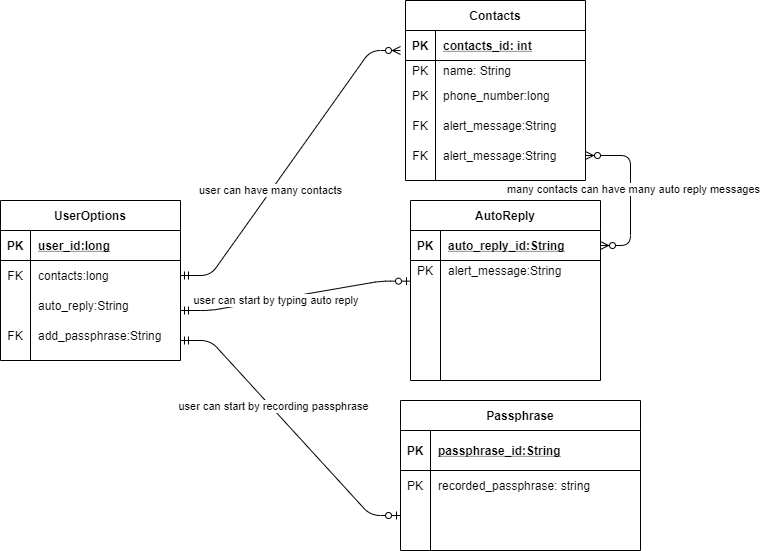
Before: docs/PNGs/kidnappederd.png, a diagram exported from draw.io (shifdub/kidnapped). Source tidied: cells renumbered, new cells last; positions are measured from the earlier drawing's top-left corner, leaving out a move shared by most shapes. Its diagram source:
```xml
<mxGraphModel>
  <root>
    <mxCell id="0" />
    <mxCell id="1" parent="0" />
    <mxCell id="2" style="edgeStyle=entityRelationEdgeStyle;fontSize=12;html=1;endArrow=ERzeroToMany;startArrow=ERmandOne;exitX=1;exitY=0.5;exitDx=0;exitDy=0;" parent="1" edge="1" source="8">
      <mxGeometry relative="1" as="geometry">
        <mxPoint x="400" y="50" as="targetPoint" />
      </mxGeometry>
    </mxCell>
    <mxCell id="3" value="user can have many contacts" style="edgeLabel;html=1;align=center;verticalAlign=middle;" parent="2" vertex="1">
      <mxGeometry x="-0.2" y="1" relative="1" as="geometry" />
    </mxCell>
    <mxCell id="4" value="UserOptions" style="shape=table;startSize=30;rowLines=0;fontStyle=1;align=center;" parent="1" vertex="1">
      <mxGeometry y="200" width="180" height="160" as="geometry" />
    </mxCell>
    <mxCell id="5" style="shape=partialRectangle;fillColor=none;top=0;left=0;bottom=1;right=0;" parent="4" vertex="1">
      <mxGeometry y="30" width="180" height="30" as="geometry" />
    </mxCell>
    <mxCell id="6" value="PK" style="shape=partialRectangle;fillColor=none;top=0;left=0;bottom=0;right=0;fontStyle=1;overflow=hidden;" parent="5" vertex="1">
      <mxGeometry width="30" height="30" as="geometry" />
    </mxCell>
    <mxCell id="7" value="user_id:long" style="shape=partialRectangle;fillColor=none;top=0;left=0;bottom=0;right=0;align=left;spacingLeft=6;fontStyle=5;overflow=hidden;" parent="5" vertex="1">
      <mxGeometry x="30" width="150" height="30" as="geometry" />
    </mxCell>
    <mxCell id="8" style="shape=partialRectangle;fillColor=none;top=0;left=0;bottom=0;right=0;points=[[0,0.5],[1,0.5]];portConstraint=eastwest;" parent="4" vertex="1">
      <mxGeometry y="60" width="180" height="30" as="geometry" />
    </mxCell>
    <mxCell id="9" value="FK" style="shape=partialRectangle;fillColor=none;top=0;left=0;bottom=0;right=0;overflow=hidden;" parent="8" vertex="1">
      <mxGeometry width="30" height="30" as="geometry" />
    </mxCell>
    <mxCell id="10" value="contacts:long" style="shape=partialRectangle;fillColor=none;top=0;left=0;bottom=0;right=0;align=left;spacingLeft=6;overflow=hidden;" parent="8" vertex="1">
      <mxGeometry x="30" width="150" height="30" as="geometry" />
    </mxCell>
    <mxCell id="11" style="shape=partialRectangle;fillColor=none;top=0;left=0;bottom=0;right=0;" parent="4" vertex="1">
      <mxGeometry y="90" width="180" height="30" as="geometry" />
    </mxCell>
    <mxCell id="12" style="shape=partialRectangle;fillColor=none;top=0;left=0;bottom=0;right=0;overflow=hidden;" parent="11" vertex="1">
      <mxGeometry width="30" height="30" as="geometry" />
    </mxCell>
    <mxCell id="13" value="auto_reply:String" style="shape=partialRectangle;fillColor=none;top=0;left=0;bottom=0;right=0;align=left;spacingLeft=6;overflow=hidden;" parent="11" vertex="1">
      <mxGeometry x="30" width="150" height="30" as="geometry" />
    </mxCell>
    <mxCell id="14" style="shape=partialRectangle;fillColor=none;top=0;left=0;bottom=0;right=0;" parent="4" vertex="1">
      <mxGeometry y="120" width="180" height="30" as="geometry" />
    </mxCell>
    <mxCell id="15" value="FK" style="shape=partialRectangle;fillColor=none;top=0;left=0;bottom=0;right=0;overflow=hidden;" parent="14" vertex="1">
      <mxGeometry width="30" height="30" as="geometry" />
    </mxCell>
    <mxCell id="16" value="add_passphrase:String" style="shape=partialRectangle;fillColor=none;top=0;left=0;bottom=0;right=0;align=left;spacingLeft=6;overflow=hidden;" parent="14" vertex="1">
      <mxGeometry x="30" width="150" height="30" as="geometry" />
    </mxCell>
    <mxCell id="17" style="edgeStyle=entityRelationEdgeStyle;fontSize=12;html=1;endArrow=ERzeroToOne;startArrow=ERmandOne;entryX=0;entryY=0.5;entryDx=0;entryDy=0;" parent="1" edge="1" target="26">
      <mxGeometry relative="1" as="geometry">
        <mxPoint x="180" y="340" as="sourcePoint" />
      </mxGeometry>
    </mxCell>
    <mxCell id="18" value="user can start by recording passphrase" style="edgeLabel;html=1;align=center;verticalAlign=middle;" parent="17" vertex="1">
      <mxGeometry x="-0.19" y="2" relative="1" as="geometry" />
    </mxCell>
    <mxCell id="19" value="Passphrase" style="shape=table;startSize=30;rowLines=0;fontStyle=1;align=center;" parent="1" vertex="1">
      <mxGeometry x="400" y="400" width="240" height="150" as="geometry" />
    </mxCell>
    <mxCell id="20" style="shape=partialRectangle;fillColor=none;top=0;left=0;bottom=1;right=0;" parent="19" vertex="1">
      <mxGeometry y="30" width="240" height="40" as="geometry" />
    </mxCell>
    <mxCell id="21" value="PK" style="shape=partialRectangle;fillColor=none;top=0;left=0;bottom=0;right=0;fontStyle=1;overflow=hidden;" parent="20" vertex="1">
      <mxGeometry width="30" height="40" as="geometry" />
    </mxCell>
    <mxCell id="22" value="passphrase_id:String" style="shape=partialRectangle;fillColor=none;top=0;left=0;bottom=0;right=0;align=left;spacingLeft=6;fontStyle=5;overflow=hidden;" parent="20" vertex="1">
      <mxGeometry x="30" width="210" height="40" as="geometry" />
    </mxCell>
    <mxCell id="23" style="shape=partialRectangle;fillColor=none;top=0;left=0;bottom=0;right=0;" parent="19" vertex="1">
      <mxGeometry y="70" width="240" height="30" as="geometry" />
    </mxCell>
    <mxCell id="24" value="PK" style="shape=partialRectangle;fillColor=none;top=0;left=0;bottom=0;right=0;overflow=hidden;" parent="23" vertex="1">
      <mxGeometry width="30" height="30" as="geometry" />
    </mxCell>
    <mxCell id="25" value="recorded_passphrase: string" style="shape=partialRectangle;fillColor=none;top=0;left=0;bottom=0;right=0;align=left;spacingLeft=6;overflow=hidden;" parent="23" vertex="1">
      <mxGeometry x="30" width="210" height="30" as="geometry" />
    </mxCell>
    <mxCell id="26" style="shape=partialRectangle;fillColor=none;top=0;left=0;bottom=0;right=0;points=[[0,0.5],[1,0.5]];portConstraint=eastwest;" parent="19" vertex="1">
      <mxGeometry y="100" width="240" height="30" as="geometry" />
    </mxCell>
    <mxCell id="27" style="shape=partialRectangle;fillColor=none;top=0;left=0;bottom=0;right=0;overflow=hidden;" parent="26" vertex="1">
      <mxGeometry width="30" height="30" as="geometry" />
    </mxCell>
    <mxCell id="28" style="shape=partialRectangle;fillColor=none;top=0;left=0;bottom=0;right=0;align=left;spacingLeft=6;overflow=hidden;" parent="26" vertex="1">
      <mxGeometry x="30" width="210" height="30" as="geometry" />
    </mxCell>
    <mxCell id="29" style="shape=partialRectangle;fillColor=none;top=0;left=0;bottom=0;right=0;" parent="19" vertex="1">
      <mxGeometry y="130" width="240" height="20" as="geometry" />
    </mxCell>
    <mxCell id="30" style="shape=partialRectangle;fillColor=none;top=0;left=0;bottom=0;right=0;overflow=hidden;" parent="29" vertex="1">
      <mxGeometry width="30" height="20" as="geometry" />
    </mxCell>
    <mxCell id="31" style="shape=partialRectangle;fillColor=none;top=0;left=0;bottom=0;right=0;align=left;spacingLeft=6;overflow=hidden;" parent="29" vertex="1">
      <mxGeometry x="30" width="210" height="20" as="geometry" />
    </mxCell>
    <mxCell id="32" style="edgeStyle=entityRelationEdgeStyle;fontSize=12;html=1;endArrow=ERzeroToOne;startArrow=ERmandOne;entryX=0;entryY=0.008;entryDx=0;entryDy=0;entryPerimeter=0;" parent="1" edge="1" target="41">
      <mxGeometry relative="1" as="geometry">
        <mxPoint x="180" y="310" as="sourcePoint" />
      </mxGeometry>
    </mxCell>
    <mxCell id="33" value="user can start by typing auto reply&amp;nbsp;" style="edgeLabel;html=1;align=center;verticalAlign=middle;" parent="32" vertex="1">
      <mxGeometry x="-0.16" y="-1" relative="1" as="geometry" />
    </mxCell>
    <mxCell id="34" value="AutoReply" style="shape=table;startSize=30;rowLines=0;fontStyle=1;align=center;" parent="1" vertex="1">
      <mxGeometry x="410" y="200" width="190" height="180" as="geometry" />
    </mxCell>
    <mxCell id="35" style="shape=partialRectangle;fillColor=none;top=0;left=0;bottom=1;right=0;points=[[0,0.5],[1,0.5]];portConstraint=eastwest;" parent="34" vertex="1">
      <mxGeometry y="30" width="190" height="30" as="geometry" />
    </mxCell>
    <mxCell id="36" value="PK" style="shape=partialRectangle;fillColor=none;top=0;left=0;bottom=0;right=0;fontStyle=1;overflow=hidden;" parent="35" vertex="1">
      <mxGeometry width="30" height="30" as="geometry" />
    </mxCell>
    <mxCell id="37" value="auto_reply_id:String" style="shape=partialRectangle;fillColor=none;top=0;left=0;bottom=0;right=0;align=left;spacingLeft=6;fontStyle=5;overflow=hidden;" parent="35" vertex="1">
      <mxGeometry x="30" width="160" height="30" as="geometry" />
    </mxCell>
    <mxCell id="38" style="shape=partialRectangle;fillColor=none;top=0;left=0;bottom=0;right=0;" parent="34" vertex="1">
      <mxGeometry y="60" width="190" height="20" as="geometry" />
    </mxCell>
    <mxCell id="39" value="PK" style="shape=partialRectangle;fillColor=none;top=0;left=0;bottom=0;right=0;overflow=hidden;" parent="38" vertex="1">
      <mxGeometry width="30" height="20" as="geometry" />
    </mxCell>
    <mxCell id="40" value="alert_message:String" style="shape=partialRectangle;fillColor=none;top=0;left=0;bottom=0;right=0;align=left;spacingLeft=6;overflow=hidden;" parent="38" vertex="1">
      <mxGeometry x="30" width="160" height="20" as="geometry" />
    </mxCell>
    <mxCell id="41" style="shape=partialRectangle;fillColor=none;top=0;left=0;bottom=0;right=0;points=[[0,0.5],[1,0.5]];portConstraint=eastwest;" parent="34" vertex="1">
      <mxGeometry y="80" width="190" height="80" as="geometry" />
    </mxCell>
    <mxCell id="42" style="shape=partialRectangle;fillColor=none;top=0;left=0;bottom=0;right=0;overflow=hidden;" parent="41" vertex="1">
      <mxGeometry width="30" height="80" as="geometry" />
    </mxCell>
    <mxCell id="43" style="shape=partialRectangle;fillColor=none;top=0;left=0;bottom=0;right=0;align=left;spacingLeft=6;overflow=hidden;" parent="41" vertex="1">
      <mxGeometry x="30" width="160" height="80" as="geometry" />
    </mxCell>
    <mxCell id="44" style="shape=partialRectangle;fillColor=none;top=0;left=0;bottom=0;right=0;" parent="34" vertex="1">
      <mxGeometry y="160" width="190" height="20" as="geometry" />
    </mxCell>
    <mxCell id="45" style="shape=partialRectangle;fillColor=none;top=0;left=0;bottom=0;right=0;overflow=hidden;" parent="44" vertex="1">
      <mxGeometry width="30" height="20" as="geometry" />
    </mxCell>
    <mxCell id="46" style="shape=partialRectangle;fillColor=none;top=0;left=0;bottom=0;right=0;align=left;spacingLeft=6;overflow=hidden;" parent="44" vertex="1">
      <mxGeometry x="30" width="160" height="20" as="geometry" />
    </mxCell>
    <mxCell id="47" value="Contacts" style="shape=table;startSize=30;rowLines=0;fontStyle=1;align=center;" parent="1" vertex="1">
      <mxGeometry x="405" width="180" height="180" as="geometry" />
    </mxCell>
    <mxCell id="48" style="shape=partialRectangle;fillColor=none;top=0;left=0;bottom=1;right=0;" parent="47" vertex="1">
      <mxGeometry y="30" width="180" height="30" as="geometry" />
    </mxCell>
    <mxCell id="49" value="PK" style="shape=partialRectangle;fillColor=none;top=0;left=0;bottom=0;right=0;fontStyle=1;overflow=hidden;" parent="48" vertex="1">
      <mxGeometry width="30" height="30" as="geometry" />
    </mxCell>
    <mxCell id="50" value="contacts_id: int" style="shape=partialRectangle;fillColor=none;top=0;left=0;bottom=0;right=0;align=left;spacingLeft=6;fontStyle=5;overflow=hidden;" parent="48" vertex="1">
      <mxGeometry x="30" width="150" height="30" as="geometry" />
    </mxCell>
    <mxCell id="51" style="shape=partialRectangle;fillColor=none;top=0;left=0;bottom=0;right=0;" parent="47" vertex="1">
      <mxGeometry y="60" width="180" height="20" as="geometry" />
    </mxCell>
    <mxCell id="52" value="PK" style="shape=partialRectangle;fillColor=none;top=0;left=0;bottom=0;right=0;overflow=hidden;" parent="51" vertex="1">
      <mxGeometry width="30" height="20" as="geometry" />
    </mxCell>
    <mxCell id="53" value="name: String" style="shape=partialRectangle;fillColor=none;top=0;left=0;bottom=0;right=0;align=left;spacingLeft=6;overflow=hidden;" parent="51" vertex="1">
      <mxGeometry x="30" width="150" height="20" as="geometry" />
    </mxCell>
    <mxCell id="54" style="shape=partialRectangle;fillColor=none;top=0;left=0;bottom=0;right=0;" parent="47" vertex="1">
      <mxGeometry y="80" width="180" height="30" as="geometry" />
    </mxCell>
    <mxCell id="55" value="PK" style="shape=partialRectangle;fillColor=none;top=0;left=0;bottom=0;right=0;overflow=hidden;" parent="54" vertex="1">
      <mxGeometry width="30" height="30" as="geometry" />
    </mxCell>
    <mxCell id="56" value="phone_number:long" style="shape=partialRectangle;fillColor=none;top=0;left=0;bottom=0;right=0;align=left;spacingLeft=6;overflow=hidden;" parent="54" vertex="1">
      <mxGeometry x="30" width="150" height="30" as="geometry" />
    </mxCell>
    <mxCell id="57" style="shape=partialRectangle;fillColor=none;top=0;left=0;bottom=0;right=0;" parent="47" vertex="1">
      <mxGeometry y="110" width="180" height="30" as="geometry" />
    </mxCell>
    <mxCell id="58" value="FK" style="shape=partialRectangle;fillColor=none;top=0;left=0;bottom=0;right=0;overflow=hidden;" parent="57" vertex="1">
      <mxGeometry width="30" height="30" as="geometry" />
    </mxCell>
    <mxCell id="59" value="alert_message:String" style="shape=partialRectangle;fillColor=none;top=0;left=0;bottom=0;right=0;align=left;spacingLeft=6;overflow=hidden;" parent="57" vertex="1">
      <mxGeometry x="30" width="150" height="30" as="geometry" />
    </mxCell>
    <mxCell id="60" style="shape=partialRectangle;fillColor=none;top=0;left=0;bottom=0;right=0;points=[[0,0.5],[1,0.5]];portConstraint=eastwest;" parent="47" vertex="1">
      <mxGeometry y="140" width="180" height="30" as="geometry" />
    </mxCell>
    <mxCell id="61" value="FK" style="shape=partialRectangle;fillColor=none;top=0;left=0;bottom=0;right=0;overflow=hidden;" parent="60" vertex="1">
      <mxGeometry width="30" height="30" as="geometry" />
    </mxCell>
    <mxCell id="62" value="alert_message:String" style="shape=partialRectangle;fillColor=none;top=0;left=0;bottom=0;right=0;align=left;spacingLeft=6;overflow=hidden;" parent="60" vertex="1">
      <mxGeometry x="30" width="150" height="30" as="geometry" />
    </mxCell>
    <mxCell id="63" style="edgeStyle=entityRelationEdgeStyle;fontSize=12;html=1;endArrow=ERzeroToMany;endFill=1;startArrow=ERzeroToMany;exitX=1;exitY=0.5;exitDx=0;exitDy=0;" parent="1" edge="1" source="60" target="35">
      <mxGeometry relative="1" as="geometry" />
    </mxCell>
    <mxCell id="64" value="many contacts can have many auto reply messages" style="edgeLabel;html=1;align=center;verticalAlign=middle;" parent="63" vertex="1">
      <mxGeometry x="-0.06" y="2" relative="1" as="geometry" />
    </mxCell>
  </root>
</mxGraphModel>
```
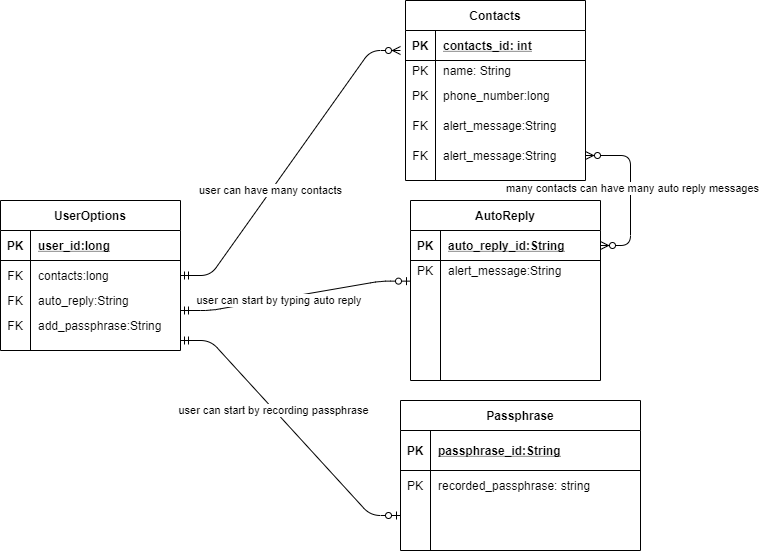
The same file after the commit.

The edit, as a diff of the source:
```diff
@@ -11,7 +11,7 @@
       <mxGeometry x="-0.2" y="1" relative="1" as="geometry" />
     </mxCell>
     <mxCell id="4" value="UserOptions" style="shape=table;startSize=30;rowLines=0;fontStyle=1;align=center;" parent="1" vertex="1">
-      <mxGeometry y="200" width="180" height="160" as="geometry" />
+      <mxGeometry y="200" width="180" height="150" as="geometry" />
     </mxCell>
     <mxCell id="5" style="shape=partialRectangle;fillColor=none;top=0;left=0;bottom=1;right=0;" parent="4" vertex="1">
       <mxGeometry y="30" width="180" height="30" as="geometry" />
@@ -32,16 +32,16 @@
       <mxGeometry x="30" width="150" height="30" as="geometry" />
     </mxCell>
     <mxCell id="11" style="shape=partialRectangle;fillColor=none;top=0;left=0;bottom=0;right=0;" parent="4" vertex="1">
-      <mxGeometry y="90" width="180" height="30" as="geometry" />
+      <mxGeometry y="90" width="180" height="20" as="geometry" />
     </mxCell>
-    <mxCell id="12" style="shape=partialRectangle;fillColor=none;top=0;left=0;bottom=0;right=0;overflow=hidden;" parent="11" vertex="1">
-      <mxGeometry width="30" height="30" as="geometry" />
+    <mxCell id="12" value="FK" style="shape=partialRectangle;fillColor=none;top=0;left=0;bottom=0;right=0;overflow=hidden;" parent="11" vertex="1">
+      <mxGeometry width="30" height="20" as="geometry" />
     </mxCell>
     <mxCell id="13" value="auto_reply:String" style="shape=partialRectangle;fillColor=none;top=0;left=0;bottom=0;right=0;align=left;spacingLeft=6;overflow=hidden;" parent="11" vertex="1">
-      <mxGeometry x="30" width="150" height="30" as="geometry" />
+      <mxGeometry x="30" width="150" height="20" as="geometry" />
     </mxCell>
     <mxCell id="14" style="shape=partialRectangle;fillColor=none;top=0;left=0;bottom=0;right=0;" parent="4" vertex="1">
-      <mxGeometry y="120" width="180" height="30" as="geometry" />
+      <mxGeometry y="110" width="180" height="30" as="geometry" />
     </mxCell>
     <mxCell id="15" value="FK" style="shape=partialRectangle;fillColor=none;top=0;left=0;bottom=0;right=0;overflow=hidden;" parent="14" vertex="1">
       <mxGeometry width="30" height="30" as="geometry" />
@@ -55,7 +55,9 @@
       </mxGeometry>
     </mxCell>
     <mxCell id="18" value="user can start by recording passphrase" style="edgeLabel;html=1;align=center;verticalAlign=middle;" parent="17" vertex="1">
-      <mxGeometry x="-0.19" y="2" relative="1" as="geometry" />
+      <mxGeometry x="-0.19" y="2" relative="1" as="geometry">
+        <mxPoint y="4.3" as="offset" />
+      </mxGeometry>
     </mxCell>
     <mxCell id="19" value="Passphrase" style="shape=table;startSize=30;rowLines=0;fontStyle=1;align=center;" parent="1" vertex="1">
       <mxGeometry x="400" y="400" width="240" height="150" as="geometry" />
@@ -102,7 +104,9 @@
       </mxGeometry>
     </mxCell>
     <mxCell id="33" value="user can start by typing auto reply&amp;nbsp;" style="edgeLabel;html=1;align=center;verticalAlign=middle;" parent="32" vertex="1">
-      <mxGeometry x="-0.16" y="-1" relative="1" as="geometry" />
+      <mxGeometry x="-0.16" y="-1" relative="1" as="geometry">
+        <mxPoint x="3.3" y="0.5" as="offset" />
+      </mxGeometry>
     </mxCell>
     <mxCell id="34" value="AutoReply" style="shape=table;startSize=30;rowLines=0;fontStyle=1;align=center;" parent="1" vertex="1">
       <mxGeometry x="410" y="200" width="190" height="180" as="geometry" />
```
